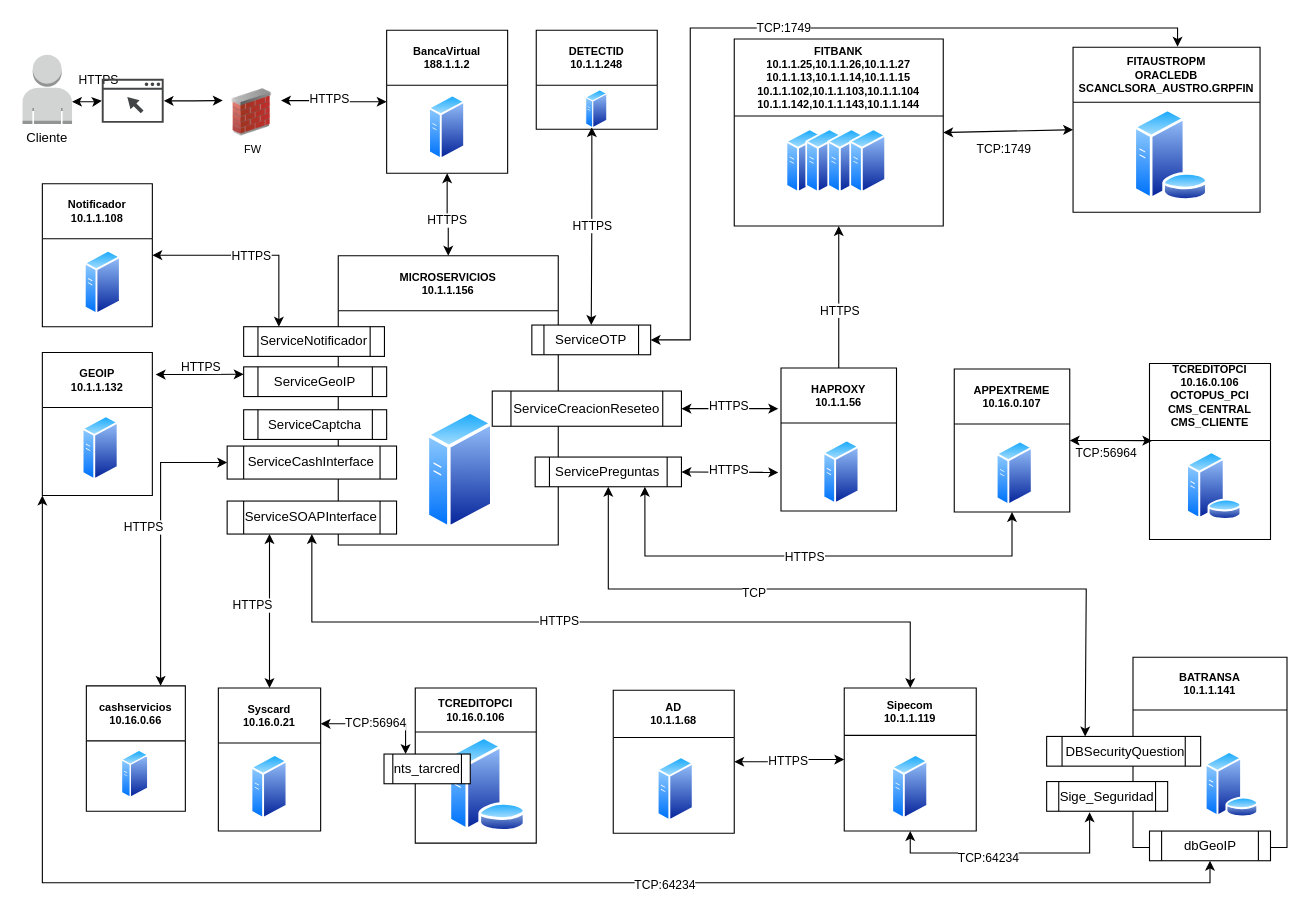
Above: page "Final Despliegue" (1 of 12) of CreateUsrBVDiagram.drawio in davidguillermofg/Diagrams (draw.io), before the change. Source tidied: cells renumbered, new cells numbered last; positions are measured from the earlier drawing's top-left corner, leaving out a move shared by most shapes. Both pictures are drawn from the tidied source at 110%, with x=0, y=0 at pixel (19, 28).
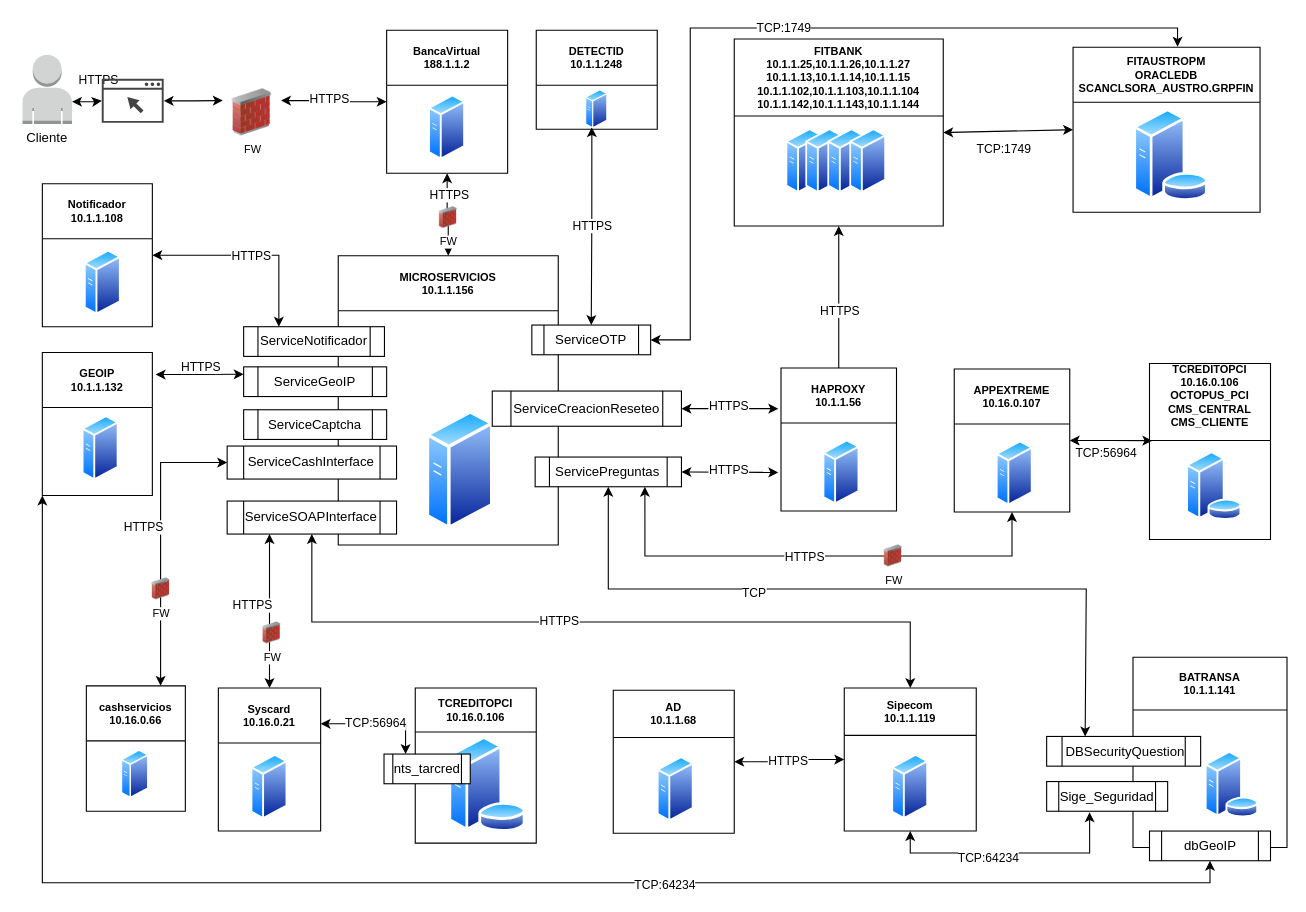
The same diagram, later.

The change refers to these unchanged cells:
```xml
<mxCell id="24" style="edgeStyle=orthogonalEdgeStyle;rounded=0;jettySize=auto;html=1;exitX=0.5;exitY=1;exitDx=0;exitDy=0;entryX=0.5;entryY=0;entryDx=0;entryDy=0;startArrow=classic;startFill=1;" parent="1" edge="1" source="26" target="8">
  <mxGeometry relative="1" as="geometry" />
</mxCell>
```

Change to the diagram source:
```diff
@@
     <mxCell id="25" value="HTTPS" style="edgeLabel;html=1;align=center;verticalAlign=middle;" parent="24" vertex="1">
-      <mxGeometry x="0.13" y="-2" relative="1" as="geometry" />
+      <mxGeometry x="0.13" y="-2" relative="1" as="geometry">
+        <mxPoint x="2" y="-23" as="offset" />
+      </mxGeometry>
     </mxCell>
@@
+    <mxCell id="95" value="FW" style="image;html=1;image=img/lib/clip_art/networking/Firewall_02_128x128.png;fontSize=10;" parent="1" vertex="1">
+      <mxGeometry x="215" y="540" width="29" height="20" as="geometry" />
+    </mxCell>
+    <mxCell id="96" value="FW" style="image;html=1;image=img/lib/clip_art/networking/Firewall_02_128x128.png;fontSize=10;" parent="1" vertex="1">
+      <mxGeometry x="114.3" y="500" width="29" height="20" as="geometry" />
+    </mxCell>
+    <mxCell id="97" value="FW" style="image;html=1;image=img/lib/clip_art/networking/Firewall_02_128x128.png;fontSize=10;" parent="1" vertex="1">
+      <mxGeometry x="375.5" y="162.4" width="29" height="20" as="geometry" />
+    </mxCell>
+    <mxCell id="98" value="FW" style="image;html=1;image=img/lib/clip_art/networking/Firewall_02_128x128.png;fontSize=10;" parent="1" vertex="1">
+      <mxGeometry x="780" y="470" width="29" height="20" as="geometry" />
+    </mxCell>
```
